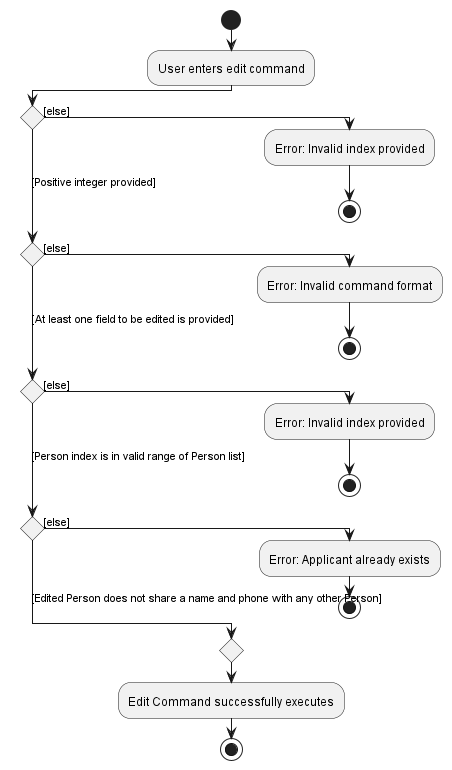
Before: docs/images/EditApplicantActivityDiagram.png, a diagram exported from PlantUML (nus-cs2103-AY2223S2/tp).
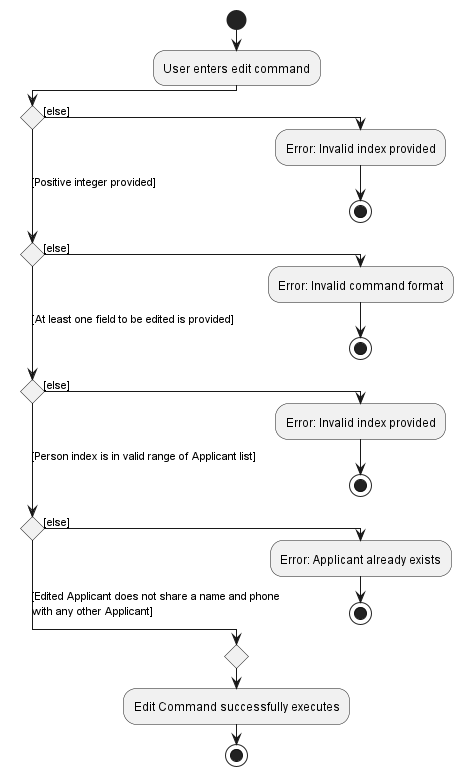
After the change.

Commit message:
Made minor changes to activity diagram images

Diff of the diagram source:
```diff
@@ -11,10 +11,11 @@
 ([At least one field to be edited is provided]) elseif () then ([else])
     :Error: Invalid index provided;
     stop
-([Person index is in valid range of Person list]) elseif () then ([else])
+([Person index is in valid range of Applicant list]) elseif () then ([else])
     :Error: Applicant already exists;
     stop
-else ([Edited Person does not share a name and phone with any other Person])
+else ([Edited Applicant does not share a name and phone
+with any other Applicant])
 endif
 :Edit Command successfully executes;
 stop
```
